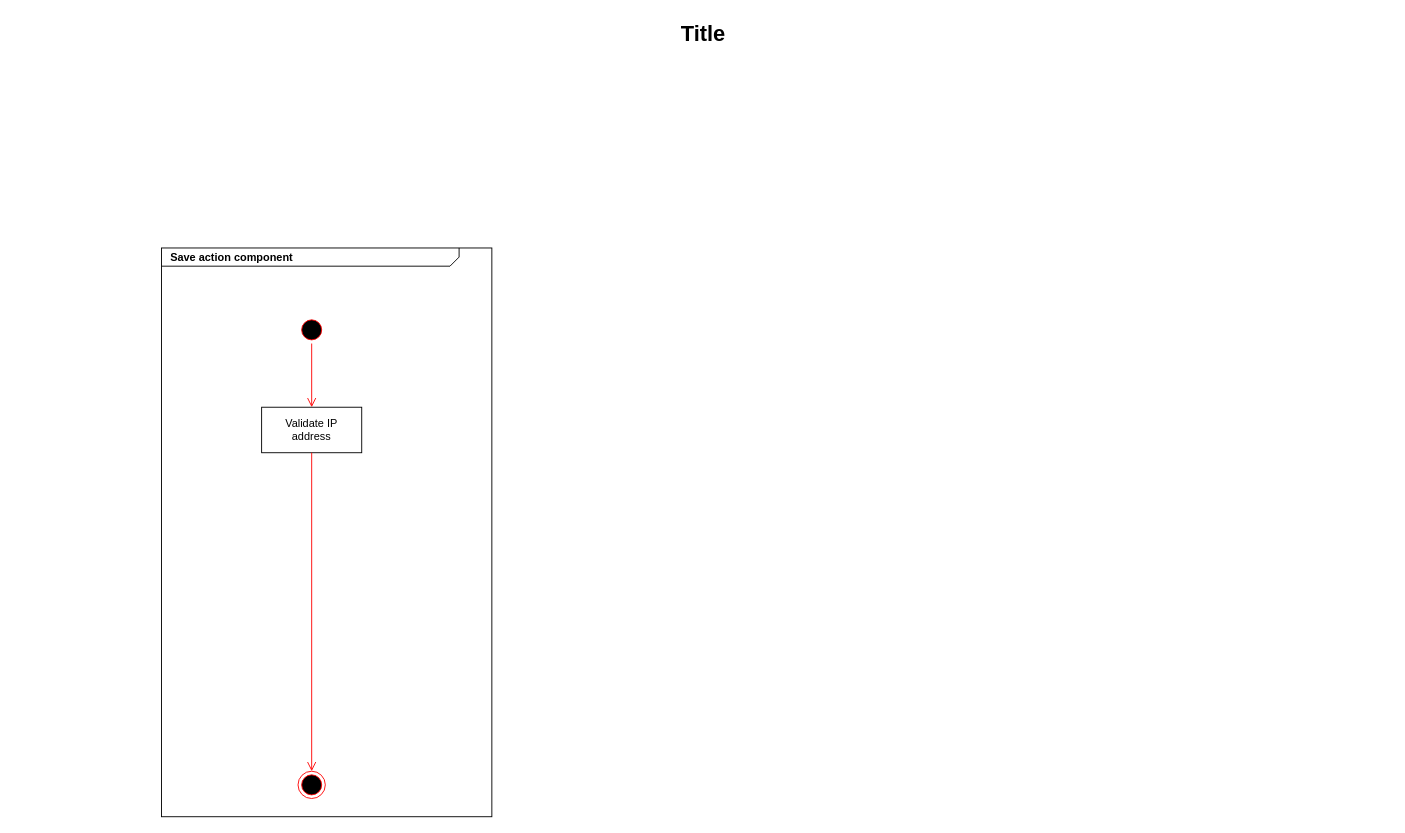
The draw.io diagram documentation/UI/Components/ServerConfig/SaveAction.drawio in xalpol12/kuka-ar, before the edit. Source tidied: cells renumbered, new cells numbered last; positions are measured from the earlier drawing's top-left corner, leaving out a move shared by most shapes. Both pictures are drawn from the tidied source at 91%, with x=0, y=0 at pixel (15, 15).
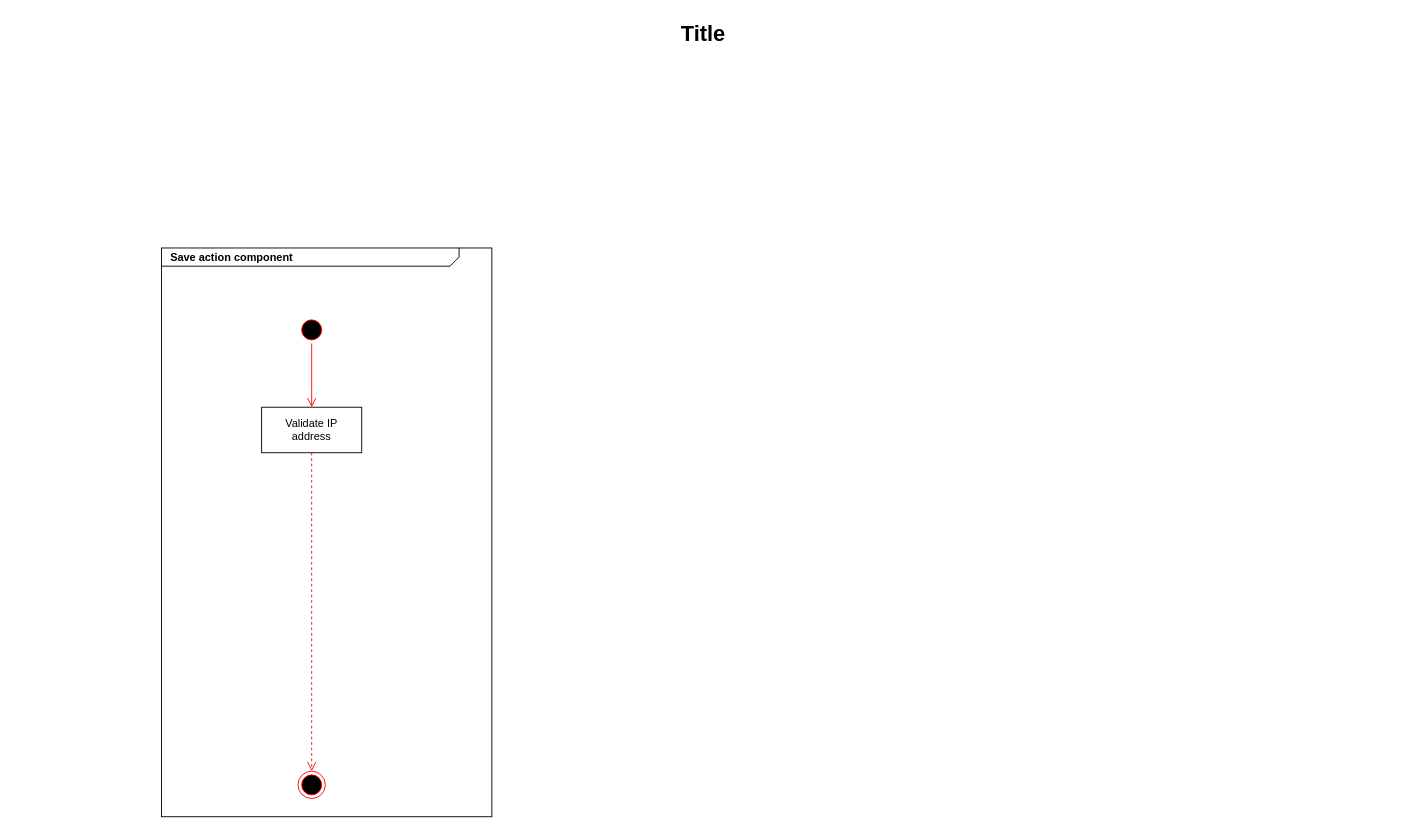
The same diagram, later.

Change to the diagram source:
```diff
@@
 <mxGraphModel>
   <root>
     <mxCell id="0" />
     <mxCell id="1" parent="0" />
     <mxCell id="2" value="&lt;p style=&quot;margin: 0px ; margin-top: 4px ; margin-left: 10px ; text-align: left&quot;&gt;&lt;b&gt;Save action component&lt;/b&gt;&lt;/p&gt;" style="html=1;strokeWidth=1;shape=mxgraph.sysml.package;html=1;overflow=fill;whiteSpace=wrap;fillColor=none;gradientColor=none;fontSize=12;align=center;labelX=327.64;" parent="1" vertex="1">
       <mxGeometry x="160" y="255" width="363" height="625" as="geometry" />
     </mxCell>
     <mxCell id="3" value="Title" style="text;strokeColor=none;fillColor=none;html=1;fontSize=24;fontStyle=1;verticalAlign=middle;align=center;" parent="1" vertex="1">
       <mxGeometry width="1510" height="40" as="geometry" />
     </mxCell>
     <mxCell id="4" style="ellipse;html=1;shape=startState;fillColor=#000000;strokeColor=#ff0000;" parent="1" vertex="1">
       <mxGeometry x="310" y="330" width="30" height="30" as="geometry" />
     </mxCell>
     <mxCell id="5" style="edgeStyle=orthogonalEdgeStyle;html=1;verticalAlign=bottom;endArrow=open;endSize=8;strokeColor=#ff0000;rounded=0;entryX=0.5;entryY=0;entryDx=0;entryDy=0;" parent="1" edge="1" source="4" target="6">
       <mxGeometry relative="1" as="geometry" />
     </mxCell>
     <mxCell id="6" value="Validate IP&lt;br&gt;address" style="html=1;whiteSpace=wrap;" parent="1" vertex="1">
       <mxGeometry x="270" y="430" width="110" height="50" as="geometry" />
     </mxCell>
     <mxCell id="7" style="ellipse;html=1;shape=endState;fillColor=#000000;strokeColor=#ff0000;" parent="1" vertex="1">
       <mxGeometry x="310" y="830" width="30" height="30" as="geometry" />
     </mxCell>
-    <mxCell id="8" style="edgeStyle=orthogonalEdgeStyle;html=1;verticalAlign=bottom;endArrow=open;endSize=8;strokeColor=#ff0000;rounded=0;exitX=0.5;exitY=1;exitDx=0;exitDy=0;entryX=0.5;entryY=0;entryDx=0;entryDy=0;" parent="1" edge="1" source="6" target="7">
+    <mxCell id="8" style="edgeStyle=orthogonalEdgeStyle;html=1;verticalAlign=bottom;endArrow=open;endSize=8;strokeColor=#ff0000;rounded=0;exitX=0.5;exitY=1;exitDx=0;exitDy=0;entryX=0.5;entryY=0;entryDx=0;entryDy=0;dashed=1;" parent="1" edge="1" source="6" target="7">
       <mxGeometry relative="1" as="geometry" />
     </mxCell>
   </root>
 </mxGraphModel>
```
